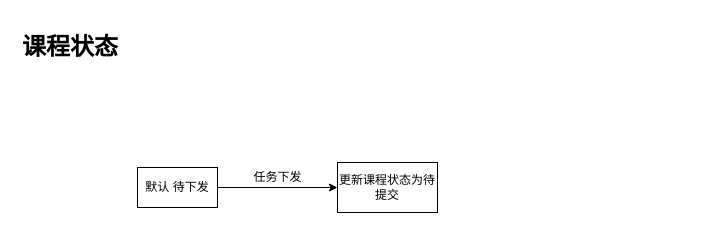
Above: Untitled Diagram.drawio in 111ZhuXueke/control (draw.io), before the change. Source tidied: cells renumbered, new cells numbered last; positions are measured from the earlier drawing's top-left corner, leaving out a move shared by most shapes. Both pictures are drawn from the tidied source at 100%, with x=0, y=0 at pixel (17, 27).
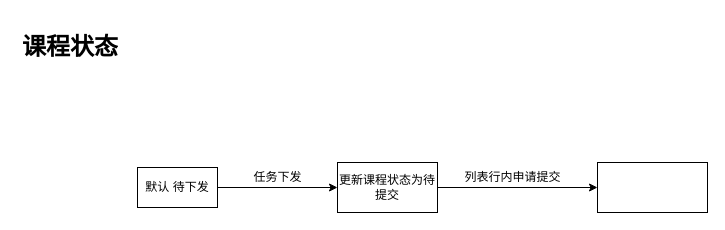
After the change.

Diff of the diagram source:
```diff
@@
 <mxGraphModel>
   <root>
     <mxCell id="0" />
     <mxCell id="1" parent="0" />
     <mxCell id="2" style="edgeStyle=orthogonalEdgeStyle;rounded=0;jettySize=auto;html=1;" parent="1" edge="1" source="3" target="5">
       <mxGeometry relative="1" as="geometry" />
     </mxCell>
     <mxCell id="3" value="默认 待下发" style="rounded=0;whiteSpace=wrap;html=1;" parent="1" vertex="1">
       <mxGeometry x="120" y="140" width="80" height="40" as="geometry" />
     </mxCell>
     <mxCell id="4" value="&lt;h1&gt;课程状态&lt;/h1&gt;" style="text;html=1;strokeColor=none;fillColor=none;spacing=5;spacingTop=-20;whiteSpace=wrap;overflow=hidden;rounded=0;" parent="1" vertex="1">
       <mxGeometry width="130" height="40" as="geometry" />
     </mxCell>
+    <mxCell id="7" style="edgeStyle=orthogonalEdgeStyle;rounded=0;jettySize=auto;html=1;" parent="1" edge="1" source="5" target="8">
+      <mxGeometry relative="1" as="geometry" />
+    </mxCell>
     <mxCell id="5" value="更新课程状态为待提交" style="whiteSpace=wrap;html=1;rounded=0;" parent="1" vertex="1">
       <mxGeometry x="320" y="135" width="100" height="50" as="geometry" />
     </mxCell>
     <mxCell id="6" value="任务下发" style="text;html=1;align=center;verticalAlign=middle;strokeColor=none;fillColor=none;" parent="1" vertex="1">
       <mxGeometry x="230" y="140" width="60" height="20" as="geometry" />
     </mxCell>
+    <mxCell id="8" style="whiteSpace=wrap;html=1;rounded=0;" parent="1" vertex="1">
+      <mxGeometry x="580" y="135" width="110" height="50" as="geometry" />
+    </mxCell>
+    <mxCell id="9" value="列表行内申请提交" style="text;html=1;align=center;verticalAlign=middle;strokeColor=none;fillColor=none;" parent="1" vertex="1">
+      <mxGeometry x="440" y="140" width="110" height="20" as="geometry" />
+    </mxCell>
   </root>
 </mxGraphModel>
```
